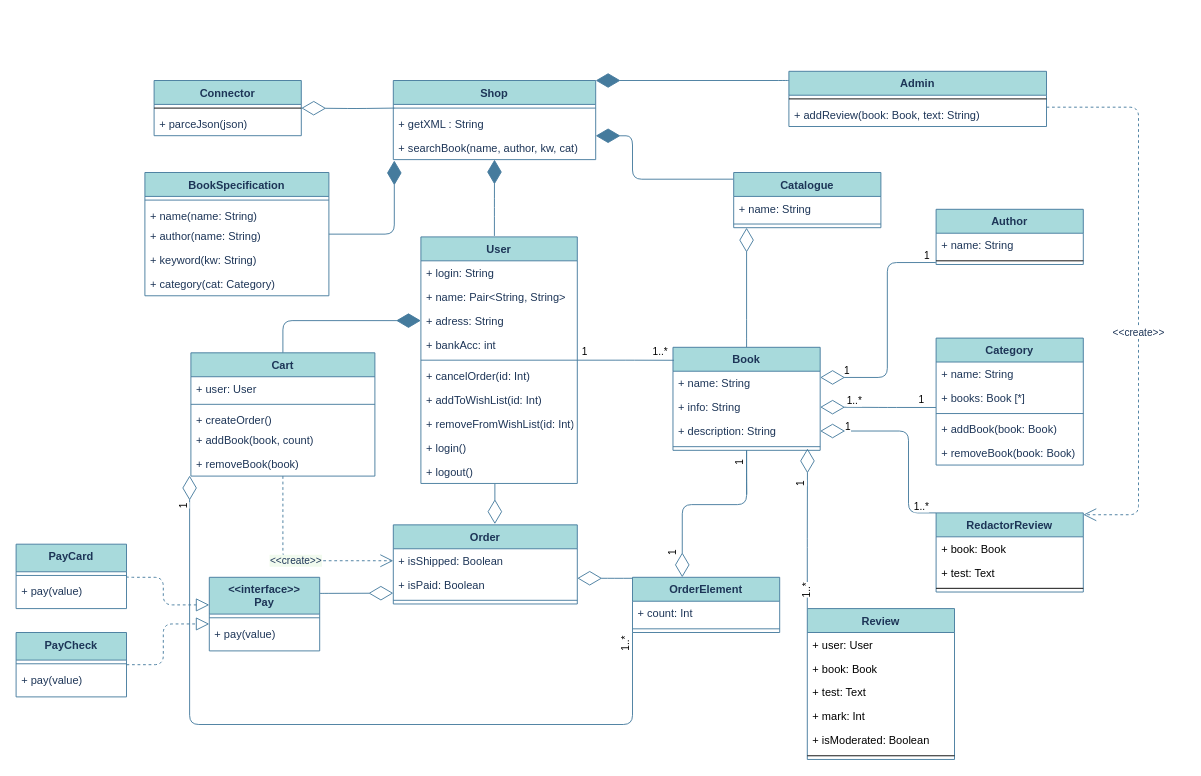
Above: src/main/java/com/chernokoz/docs/bookShop.drawio in chernokoz/BashSimpleInterpreter (draw.io), before the change. Source tidied: cells renumbered, new cells numbered last; positions are measured from the earlier drawing's top-left corner, leaving out a move shared by most shapes. Both pictures are drawn from the tidied source at 92%, with x=0, y=0 at pixel (16, 71).
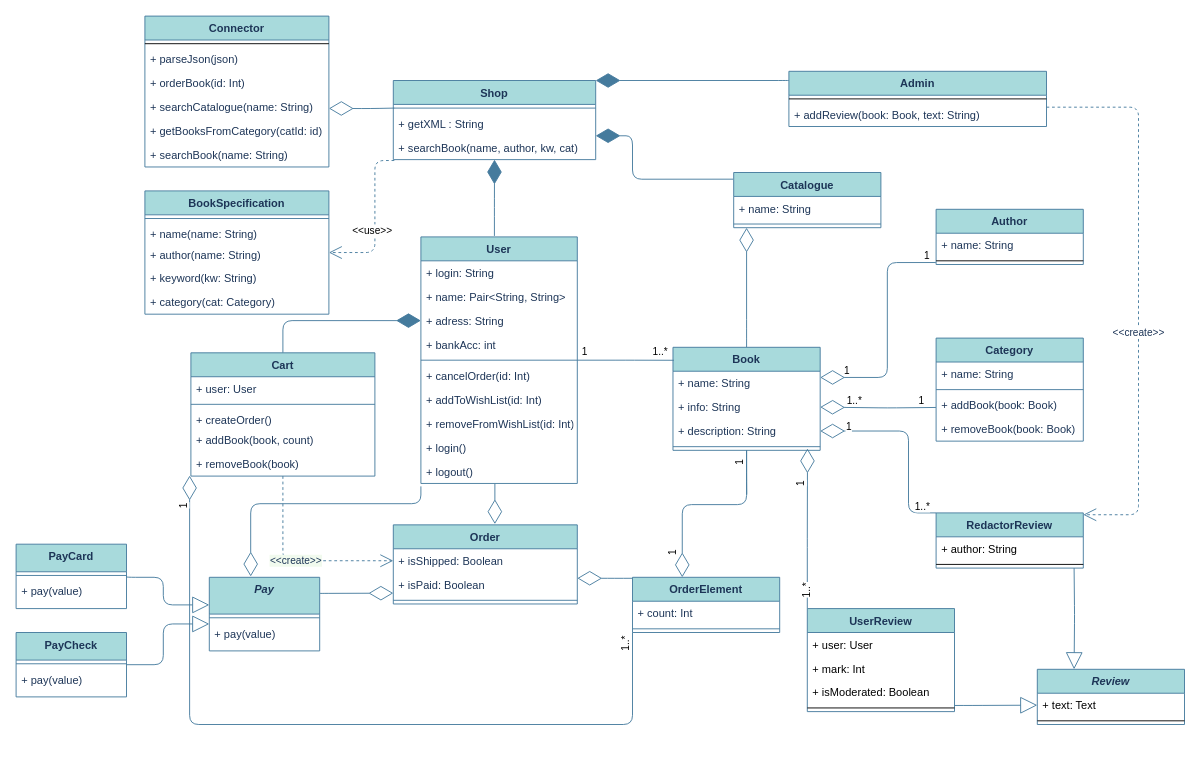
Above is the later version.

Unchanged cells that the change refers to:
```xml
<mxCell id="9" value="+ searchBook(name, author, kw, cat)" style="text;strokeColor=none;fillColor=none;align=left;verticalAlign=top;spacingLeft=4;spacingRight=4;overflow=hidden;points=[[0,0.5],[1,0.5]];portConstraint=eastwest;fontColor=#1D3557;" parent="6" vertex="1">
  <mxGeometry y="60" width="220" height="26" as="geometry" />
</mxCell>
<mxCell id="15" value="+ info: String" style="text;strokeColor=none;fillColor=none;align=left;verticalAlign=top;spacingLeft=4;spacingRight=4;overflow=hidden;points=[[0,0.5],[1,0.5]];portConstraint=eastwest;fontColor=#1D3557;" parent="13" vertex="1">
  <mxGeometry y="52" width="160" height="26" as="geometry" />
</mxCell>
<mxCell id="40" value="+ logout()" style="text;strokeColor=none;fillColor=none;align=left;verticalAlign=top;spacingLeft=4;spacingRight=4;overflow=hidden;points=[[0,0.5],[1,0.5]];portConstraint=eastwest;fontColor=#1D3557;" parent="30" vertex="1">
  <mxGeometry y="242" width="170" height="26" as="geometry" />
</mxCell>
<mxCell id="80" value="+ pay(value)" style="text;strokeColor=none;fillColor=none;align=left;verticalAlign=top;spacingLeft=4;spacingRight=4;overflow=hidden;points=[[0,0.5],[1,0.5]];portConstraint=eastwest;fontColor=#1D3557;" parent="78" vertex="1">
  <mxGeometry y="48" width="120" height="32" as="geometry" />
</mxCell>
<mxCell id="83" value="PayCheck" style="swimlane;fontStyle=1;align=center;verticalAlign=top;horizontal=1;startSize=30;fillColor=#A8DADC;strokeColor=#457B9D;fontColor=#1D3557;" parent="1" vertex="1">
  <mxGeometry y="610" width="120" height="70" as="geometry" />
</mxCell>
<mxCell id="86" value="PayCard" style="swimlane;fontStyle=1;align=center;verticalAlign=top;horizontal=1;startSize=30;fillColor=#A8DADC;strokeColor=#457B9D;fontColor=#1D3557;" parent="1" vertex="1">
  <mxGeometry y="514" width="120" height="70" as="geometry" />
</mxCell>
```

The edit, as a diff of the source:
```diff
@@
-    <mxCell id="24" style="edgeStyle=orthogonalEdgeStyle;rounded=1;jettySize=auto;html=1;endFill=0;endArrow=diamondThin;endSize=24;entryX=1;entryY=0.5;entryDx=0;entryDy=0;labelBackgroundColor=#F1FAEE;strokeColor=#457B9D;fontColor=#1D3557;exitX=-0.001;exitY=0.901;exitDx=0;exitDy=0;exitPerimeter=0;" parent="1" edge="1" source="49" target="15">
-      <mxGeometry relative="1" as="geometry" />
+    <mxCell id="24" style="edgeStyle=orthogonalEdgeStyle;rounded=1;jettySize=auto;html=1;endFill=0;endArrow=diamondThin;endSize=24;entryX=1;entryY=0.5;entryDx=0;entryDy=0;labelBackgroundColor=#F1FAEE;strokeColor=#457B9D;fontColor=#1D3557;exitX=-0.001;exitY=0.901;exitDx=0;exitDy=0;exitPerimeter=0;" parent="1" edge="1" target="15">
+      <mxGeometry relative="1" as="geometry">
+        <mxPoint x="999.8" y="365.4" as="sourcePoint" />
+      </mxGeometry>
     </mxCell>
@@
     <mxCell id="47" value="Category" style="swimlane;fontStyle=1;align=center;verticalAlign=top;horizontal=1;startSize=26;fillColor=#A8DADC;strokeColor=#457B9D;fontColor=#1D3557;" parent="1" vertex="1">
-      <mxGeometry x="1000" y="290" width="160" height="138" as="geometry" />
+      <mxGeometry x="1000" y="290" width="160" height="112" as="geometry" />
     </mxCell>
@@
-    <mxCell id="49" value="+ books: Book [*]" style="text;strokeColor=none;fillColor=none;align=left;verticalAlign=top;spacingLeft=4;spacingRight=4;overflow=hidden;points=[[0,0.5],[1,0.5]];portConstraint=eastwest;fontColor=#1D3557;" parent="47" vertex="1">
-      <mxGeometry y="52" width="160" height="26" as="geometry" />
-    </mxCell>
     <mxCell id="50" style="line;strokeWidth=1;fillColor=none;align=left;verticalAlign=middle;spacingTop=-1;spacingLeft=3;spacingRight=3;labelPosition=right;labelBackgroundColor=#F1FAEE;strokeColor=#457B9D;fontColor=#1D3557;" parent="47" vertex="1">
-      <mxGeometry y="78" width="160" height="8" as="geometry" />
+      <mxGeometry y="52" width="160" height="8" as="geometry" />
     </mxCell>
     <mxCell id="51" value="+ addBook(book: Book)" style="text;strokeColor=none;fillColor=none;align=left;verticalAlign=top;spacingLeft=4;spacingRight=4;overflow=hidden;fontColor=#1D3557;" parent="47" vertex="1">
-      <mxGeometry y="86" width="160" height="26" as="geometry" />
+      <mxGeometry y="60" width="160" height="26" as="geometry" />
     </mxCell>
     <mxCell id="52" value="+ removeBook(book: Book)" style="text;strokeColor=none;fillColor=none;align=left;verticalAlign=top;spacingLeft=4;spacingRight=4;overflow=hidden;fontColor=#1D3557;" parent="47" vertex="1">
-      <mxGeometry y="112" width="160" height="26" as="geometry" />
+      <mxGeometry y="86" width="160" height="26" as="geometry" />
     </mxCell>
@@
     <mxCell id="62" value="RedactorReview&#10;" style="swimlane;fontStyle=1;align=center;verticalAlign=top;horizontal=1;startSize=26;rounded=0;sketch=0;strokeColor=#457B9D;fillColor=#A8DADC;fontColor=#1D3557;" parent="1" vertex="1">
-      <mxGeometry x="1000" y="480" width="160" height="86" as="geometry" />
+      <mxGeometry x="1000" y="480" width="160" height="60" as="geometry" />
     </mxCell>
-    <mxCell id="63" value="+ book: Book" style="text;strokeColor=none;fillColor=none;align=left;verticalAlign=top;spacingLeft=4;spacingRight=4;overflow=hidden;" parent="62" vertex="1">
-      <mxGeometry y="26" width="160" height="26" as="geometry" />
-    </mxCell>
-    <mxCell id="64" value="+ test: Text" style="text;strokeColor=none;fillColor=none;align=left;verticalAlign=top;spacingLeft=4;spacingRight=4;overflow=hidden;" parent="62" vertex="1">
-      <mxGeometry y="52" width="160" height="26" as="geometry" />
+    <mxCell id="64" value="+ author: String" style="text;strokeColor=none;fillColor=none;align=left;verticalAlign=top;spacingLeft=4;spacingRight=4;overflow=hidden;" parent="62" vertex="1">
+      <mxGeometry y="26" width="160" height="26" as="geometry" />
     </mxCell>
     <mxCell id="65" style="line;strokeWidth=1;fillColor=none;align=left;verticalAlign=middle;spacingTop=-1;spacingLeft=3;spacingRight=3;labelPosition=right;" parent="62" vertex="1">
-      <mxGeometry y="78" width="160" height="8" as="geometry" />
+      <mxGeometry y="52" width="160" height="8" as="geometry" />
     </mxCell>
@@
-    <mxCell id="78" value="&lt;&lt;interface&gt;&gt;&#10;Pay" style="swimlane;fontStyle=1;align=center;verticalAlign=top;horizontal=1;startSize=40;fillColor=#A8DADC;strokeColor=#457B9D;fontColor=#1D3557;" parent="1" vertex="1">
+    <mxCell id="78" value="Pay" style="swimlane;fontStyle=3;align=center;verticalAlign=top;horizontal=1;startSize=40;fillColor=#A8DADC;strokeColor=#457B9D;fontColor=#1D3557;" parent="1" vertex="1">
       <mxGeometry x="210" y="550" width="120" height="80" as="geometry" />
     </mxCell>
@@
-    <mxCell id="81" style="edgeStyle=orthogonalEdgeStyle;jettySize=auto;html=1;exitX=1;exitY=0.5;exitDx=0;exitDy=0;endArrow=block;strokeColor=#457B9D;fontColor=#000000;align=right;dashed=1;endFill=0;endSize=12;" parent="1" edge="1" source="86">
+    <mxCell id="81" style="edgeStyle=orthogonalEdgeStyle;jettySize=auto;html=1;exitX=1;exitY=0.5;exitDx=0;exitDy=0;endArrow=block;strokeColor=#457B9D;fontColor=#000000;align=center;endFill=0;endSize=16;" parent="1" edge="1" source="86">
       <mxGeometry relative="1" as="geometry">
         <mxPoint x="210" y="580" as="targetPoint" />
         <Array as="points">
           <mxPoint x="160" y="550" />
           <mxPoint x="160" y="580" />
         </Array>
       </mxGeometry>
     </mxCell>
-    <mxCell id="82" style="edgeStyle=orthogonalEdgeStyle;jettySize=auto;html=1;exitX=1;exitY=0.5;exitDx=0;exitDy=0;entryX=0;entryY=0.085;entryDx=0;entryDy=0;entryPerimeter=0;endArrow=block;strokeColor=#457B9D;fontColor=#000000;align=right;dashed=1;endFill=0;endSize=12;" parent="1" edge="1" source="83" target="80">
+    <mxCell id="82" style="edgeStyle=orthogonalEdgeStyle;jettySize=auto;html=1;exitX=1;exitY=0.5;exitDx=0;exitDy=0;entryX=0;entryY=0.085;entryDx=0;entryDy=0;entryPerimeter=0;endArrow=block;strokeColor=#457B9D;fontColor=#000000;align=center;endFill=0;endSize=16;" parent="1" edge="1" source="83" target="80">
       <mxGeometry relative="1" as="geometry" />
     </mxCell>
+    <mxCell id="103" value="Connector" style="swimlane;fontStyle=1;align=center;verticalAlign=top;horizontal=1;startSize=26;strokeColor=#457B9D;fillColor=#A8DADC;fontColor=#1D3557;" parent="1" vertex="1">
+      <mxGeometry x="140" y="-60" width="200" height="164" as="geometry" />
+    </mxCell>
+    <mxCell id="104" style="line;strokeWidth=1;fillColor=none;align=left;verticalAlign=middle;spacingTop=-1;spacingLeft=3;spacingRight=3;labelPosition=right;" parent="103" vertex="1">
+      <mxGeometry y="26" width="200" height="8" as="geometry" />
+    </mxCell>
+    <mxCell id="105" value="+ parseJson(json)" style="text;strokeColor=none;fillColor=none;align=left;verticalAlign=top;spacingLeft=4;spacingRight=4;overflow=hidden;fontColor=#1D3557;" parent="103" vertex="1">
+      <mxGeometry y="34" width="200" height="26" as="geometry" />
+    </mxCell>
+    <mxCell id="116" value="+ orderBook(id: Int)" style="text;strokeColor=none;fillColor=none;align=left;verticalAlign=top;spacingLeft=4;spacingRight=4;overflow=hidden;fontColor=#1D3557;" parent="103" vertex="1">
+      <mxGeometry y="60" width="200" height="26" as="geometry" />
+    </mxCell>
+    <mxCell id="117" value="+ searchCatalogue(name: String)" style="text;strokeColor=none;fillColor=none;align=left;verticalAlign=top;spacingLeft=4;spacingRight=4;overflow=hidden;points=[[0,0.5],[1,0.5]];portConstraint=eastwest;fontColor=#1D3557;" parent="103" vertex="1">
+      <mxGeometry y="86" width="200" height="26" as="geometry" />
+    </mxCell>
+    <mxCell id="118" value="+ getBooksFromCategory(catId: id)" style="text;strokeColor=none;fillColor=none;align=left;verticalAlign=top;spacingLeft=4;spacingRight=4;overflow=hidden;fontColor=#1D3557;" parent="103" vertex="1">
+      <mxGeometry y="112" width="200" height="26" as="geometry" />
+    </mxCell>
+    <mxCell id="119" value="+ searchBook(name: String)" style="text;strokeColor=none;fillColor=none;align=left;verticalAlign=top;spacingLeft=4;spacingRight=4;overflow=hidden;fontColor=#1D3557;" parent="103" vertex="1">
+      <mxGeometry y="138" width="200" height="26" as="geometry" />
+    </mxCell>
@@
-    <mxCell id="95" value="Review" style="swimlane;fontStyle=1;align=center;verticalAlign=top;horizontal=1;startSize=26;rounded=0;sketch=0;strokeColor=#457B9D;fillColor=#A8DADC;fontColor=#1D3557;" parent="1" vertex="1">
-      <mxGeometry x="860" y="584" width="160" height="164" as="geometry" />
+    <mxCell id="95" value="UserReview" style="swimlane;fontStyle=1;align=center;verticalAlign=top;horizontal=1;startSize=26;rounded=0;sketch=0;strokeColor=#457B9D;fillColor=#A8DADC;fontColor=#1D3557;" parent="1" vertex="1">
+      <mxGeometry x="860" y="584" width="160" height="112" as="geometry" />
     </mxCell>
@@
-    <mxCell id="97" value="+ book: Book" style="text;strokeColor=none;fillColor=none;align=left;verticalAlign=top;spacingLeft=4;spacingRight=4;overflow=hidden;" parent="95" vertex="1">
-      <mxGeometry y="52" width="160" height="26" as="geometry" />
-    </mxCell>
-    <mxCell id="98" value="+ test: Text" style="text;strokeColor=none;fillColor=none;align=left;verticalAlign=top;spacingLeft=4;spacingRight=4;overflow=hidden;" parent="95" vertex="1">
-      <mxGeometry y="78" width="160" height="26" as="geometry" />
-    </mxCell>
     <mxCell id="99" value="+ mark: Int" style="text;strokeColor=none;fillColor=none;align=left;verticalAlign=top;spacingLeft=4;spacingRight=4;overflow=hidden;" parent="95" vertex="1">
-      <mxGeometry y="104" width="160" height="26" as="geometry" />
+      <mxGeometry y="52" width="160" height="26" as="geometry" />
     </mxCell>
     <mxCell id="100" value="+ isModerated: Boolean" style="text;strokeColor=none;fillColor=none;align=left;verticalAlign=top;spacingLeft=4;spacingRight=4;overflow=hidden;points=[[0,0.5],[1,0.5]];portConstraint=eastwest;" parent="95" vertex="1">
-      <mxGeometry y="130" width="160" height="26" as="geometry" />
+      <mxGeometry y="78" width="160" height="26" as="geometry" />
     </mxCell>
     <mxCell id="101" style="line;strokeWidth=1;fillColor=none;align=left;verticalAlign=middle;spacingTop=-1;spacingLeft=3;spacingRight=3;labelPosition=right;" parent="95" vertex="1">
-      <mxGeometry y="156" width="160" height="8" as="geometry" />
+      <mxGeometry y="104" width="160" height="8" as="geometry" />
     </mxCell>
-    <mxCell id="102" style="edgeStyle=orthogonalEdgeStyle;jettySize=auto;html=1;entryX=1;entryY=0.5;entryDx=0;entryDy=0;endArrow=diamondThin;strokeColor=#457B9D;fontColor=#1D3557;align=center;labelBackgroundColor=#F1FAEE;endFill=0;endSize=24;" parent="1" edge="1" target="103">
+    <mxCell id="102" style="edgeStyle=orthogonalEdgeStyle;jettySize=auto;html=1;entryX=1;entryY=0.553;entryDx=0;entryDy=0;endArrow=diamondThin;strokeColor=#457B9D;fontColor=#1D3557;align=center;labelBackgroundColor=#F1FAEE;endFill=0;endSize=24;entryPerimeter=0;" parent="1" edge="1" target="117">
       <mxGeometry relative="1" as="geometry">
         <mxPoint x="411" y="40" as="sourcePoint" />
       </mxGeometry>
     </mxCell>
-    <mxCell id="103" value="Connector" style="swimlane;fontStyle=1;align=center;verticalAlign=top;horizontal=1;startSize=26;strokeColor=#457B9D;fillColor=#A8DADC;fontColor=#1D3557;" parent="1" vertex="1">
-      <mxGeometry x="150" y="10" width="160" height="60" as="geometry" />
-    </mxCell>
-    <mxCell id="104" style="line;strokeWidth=1;fillColor=none;align=left;verticalAlign=middle;spacingTop=-1;spacingLeft=3;spacingRight=3;labelPosition=right;" parent="103" vertex="1">
-      <mxGeometry y="26" width="160" height="8" as="geometry" />
-    </mxCell>
-    <mxCell id="105" value="+ parceJson(json)" style="text;strokeColor=none;fillColor=none;align=left;verticalAlign=top;spacingLeft=4;spacingRight=4;overflow=hidden;fontColor=#1D3557;" parent="103" vertex="1">
-      <mxGeometry y="34" width="160" height="26" as="geometry" />
-    </mxCell>
@@
-    <mxCell id="109" style="edgeStyle=orthogonalEdgeStyle;jettySize=auto;html=1;exitX=1;exitY=0.5;exitDx=0;exitDy=0;entryX=0.005;entryY=1.038;entryDx=0;entryDy=0;endArrow=diamondThin;strokeColor=#457B9D;fontColor=#1D3557;align=center;labelBackgroundColor=#F1FAEE;endFill=1;endSize=24;entryPerimeter=0;" parent="1" edge="1" source="110" target="9">
-      <mxGeometry relative="1" as="geometry">
-        <Array as="points">
-          <mxPoint x="411" y="177" />
-        </Array>
-      </mxGeometry>
-    </mxCell>
+    <mxCell id="120" style="edgeStyle=orthogonalEdgeStyle;rounded=1;jettySize=auto;html=1;entryX=0.25;entryY=0;entryDx=0;entryDy=0;endFill=0;endArrow=block;endSize=16;strokeColor=#457B9D;" parent="1" edge="1" target="121">
+      <mxGeometry relative="1" as="geometry">
+        <mxPoint x="1150" y="540" as="sourcePoint" />
+      </mxGeometry>
+    </mxCell>
+    <mxCell id="121" value="Review" style="swimlane;fontStyle=3;align=center;verticalAlign=top;horizontal=1;startSize=26;rounded=0;sketch=0;strokeColor=#457B9D;fillColor=#A8DADC;fontColor=#1D3557;" parent="1" vertex="1">
+      <mxGeometry x="1110" y="650" width="160" height="60" as="geometry" />
+    </mxCell>
+    <mxCell id="122" value="+ text: Text" style="text;strokeColor=none;fillColor=none;align=left;verticalAlign=top;spacingLeft=4;spacingRight=4;overflow=hidden;" parent="121" vertex="1">
+      <mxGeometry y="26" width="160" height="26" as="geometry" />
+    </mxCell>
+    <mxCell id="123" style="line;strokeWidth=1;fillColor=none;align=left;verticalAlign=middle;spacingTop=-1;spacingLeft=3;spacingRight=3;labelPosition=right;" parent="121" vertex="1">
+      <mxGeometry y="52" width="160" height="8" as="geometry" />
+    </mxCell>
+    <mxCell id="124" style="edgeStyle=orthogonalEdgeStyle;rounded=1;jettySize=auto;html=1;exitX=1.002;exitY=1.051;exitDx=0;exitDy=0;entryX=0;entryY=0.5;entryDx=0;entryDy=0;exitPerimeter=0;endFill=0;endArrow=block;endSize=16;strokeColor=#457B9D;" parent="1" edge="1" source="100">
+      <mxGeometry relative="1" as="geometry">
+        <mxPoint x="1110" y="689" as="targetPoint" />
+        <Array as="points">
+          <mxPoint x="1040" y="689" />
+        </Array>
+      </mxGeometry>
+    </mxCell>
     <mxCell id="110" value="BookSpecification" style="swimlane;fontStyle=1;align=center;verticalAlign=top;horizontal=1;startSize=26;fillColor=#A8DADC;strokeColor=#457B9D;fontColor=#1D3557;" parent="1" vertex="1">
-      <mxGeometry x="140" y="110" width="200" height="134" as="geometry" />
+      <mxGeometry x="140" y="130" width="200" height="134" as="geometry" />
     </mxCell>
@@
+    <mxCell id="125" style="edgeStyle=orthogonalEdgeStyle;rounded=1;jettySize=auto;html=1;exitX=0;exitY=1.122;exitDx=0;exitDy=0;entryX=0.375;entryY=-0.011;entryDx=0;entryDy=0;strokeColor=#457B9D;fontColor=#1D3557;labelBackgroundColor=#F1FAEE;endFill=0;endArrow=diamondThin;endSize=24;exitPerimeter=0;entryPerimeter=0;" parent="1" edge="1" source="40" target="78">
+      <mxGeometry relative="1" as="geometry">
+        <Array as="points">
+          <mxPoint x="440" y="470" />
+          <mxPoint x="255" y="470" />
+        </Array>
+      </mxGeometry>
+    </mxCell>
+    <mxCell id="109" style="edgeStyle=orthogonalEdgeStyle;jettySize=auto;html=1;exitX=0.005;exitY=1.038;exitDx=0;exitDy=0;entryX=1;entryY=0.5;entryDx=0;entryDy=0;endArrow=open;strokeColor=#457B9D;fontColor=#1D3557;align=center;labelBackgroundColor=#F1FAEE;endSize=12;dashed=1;exitPerimeter=0;" parent="1" edge="1" source="9" target="110">
+      <mxGeometry relative="1" as="geometry">
+        <Array as="points">
+          <mxPoint x="390" y="97" />
+          <mxPoint x="390" y="197" />
+        </Array>
+      </mxGeometry>
+    </mxCell>
+    <mxCell id="126" value="&amp;lt;&amp;lt;use&amp;gt;&amp;gt;" style="edgeLabel;html=1;align=center;verticalAlign=middle;" parent="109" vertex="1">
+      <mxGeometry x="0.13" y="-4" relative="1" as="geometry" />
+    </mxCell>
```
